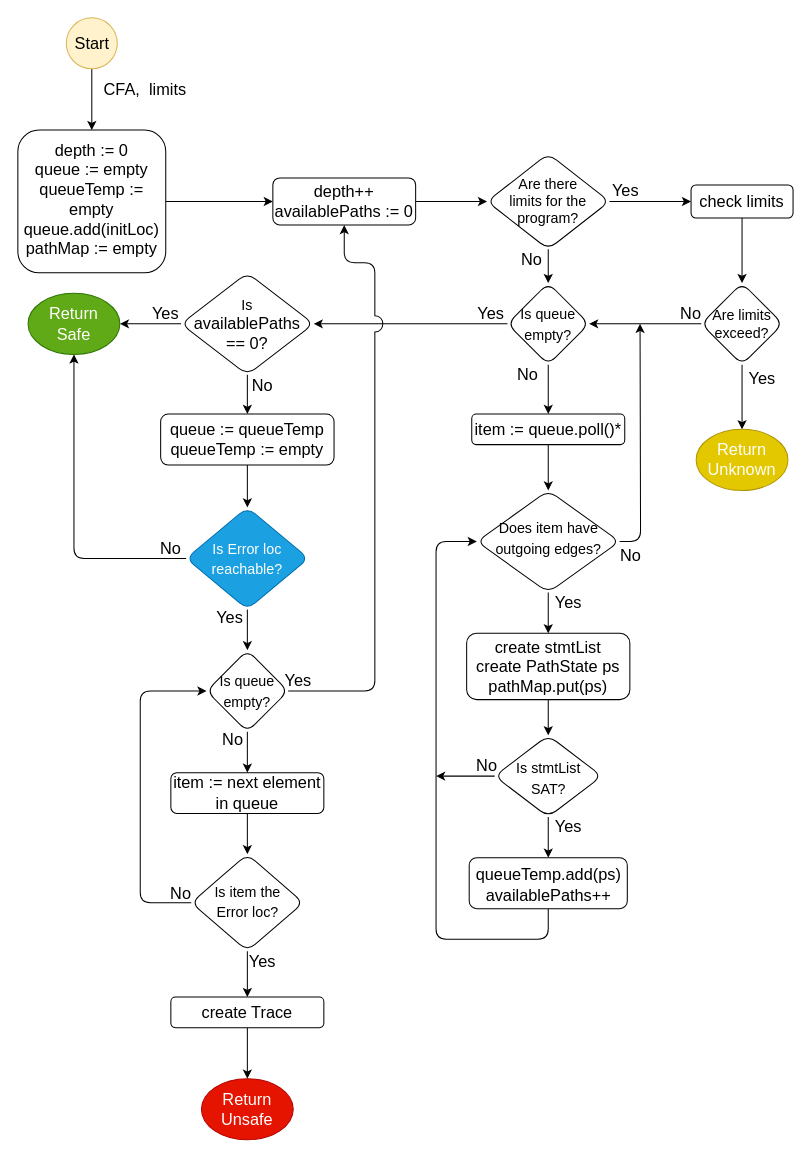
This is figures/flow_chart.drawio from rbjakab/src, a draw.io file, before an edit. Source tidied: cells renumbered, new cells numbered last; positions are measured from the earlier drawing's top-left corner, leaving out a move shared by most shapes. Both pictures are drawn from the tidied source at 102%, with x=0, y=0 at pixel (17, 17).
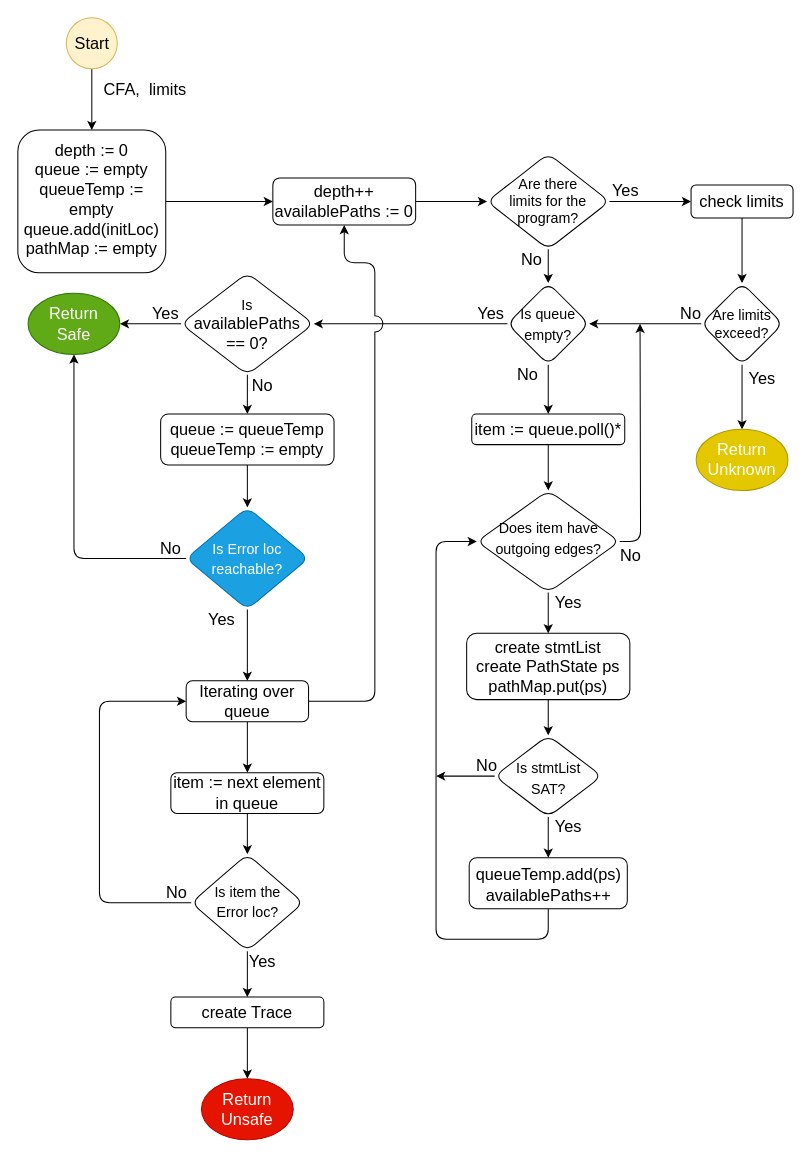
After the change.

Unchanged cells that the change refers to:
```xml
<mxCell id="32" value="&lt;font style=&quot;font-size: 16px&quot;&gt;depth++&lt;br&gt;availablePaths := 0&lt;br&gt;&lt;/font&gt;" style="rounded=1;whiteSpace=wrap;html=1;fontSize=12;glass=0;strokeWidth=1;shadow=0;" parent="1" vertex="1">
  <mxGeometry x="250" y="156.9" width="140" height="46.2" as="geometry" />
</mxCell>
<mxCell id="47" value="&lt;span style=&quot;font-size: 14px&quot;&gt;Is Error loc reachable?&lt;/span&gt;" style="rhombus;whiteSpace=wrap;html=1;rounded=1;shadow=0;glass=0;strokeWidth=1;fillColor=#1ba1e2;fontSize=16;strokeColor=#006EAF;fontColor=#ffffff;" parent="1" vertex="1">
  <mxGeometry x="165" y="480" width="120" height="100" as="geometry" />
</mxCell>
<mxCell id="52" value="item := next element in queue" style="rounded=1;whiteSpace=wrap;html=1;shadow=0;glass=0;strokeWidth=1;fillColor=#FFFFFF;fontSize=16;" parent="1" vertex="1">
  <mxGeometry x="150" y="740" width="150" height="40" as="geometry" />
</mxCell>
<mxCell id="55" value="&lt;font style=&quot;font-size: 14px&quot;&gt;Is item the&lt;br&gt;Error loc?&lt;/font&gt;" style="rhombus;whiteSpace=wrap;html=1;rounded=1;shadow=0;glass=0;strokeWidth=1;fillColor=#FFFFFF;fontSize=16;spacing=2;spacingRight=-1;spacingLeft=0;spacingBottom=4;" parent="1" vertex="1">
  <mxGeometry x="170" y="820" width="110" height="95" as="geometry" />
</mxCell>
```

Diff of the diagram source:
```diff
@@
-    <mxCell id="45" style="edgeStyle=orthogonalEdgeStyle;rounded=0;jettySize=auto;html=1;fontSize=16;" parent="1" edge="1" source="47" target="58">
-      <mxGeometry relative="1" as="geometry" />
-    </mxCell>
@@
+    <mxCell id="71" style="edgeStyle=orthogonalEdgeStyle;rounded=1;jettySize=auto;html=1;" parent="1" edge="1" source="47" target="74">
+      <mxGeometry relative="1" as="geometry" />
+    </mxCell>
@@
     <mxCell id="50" value="&lt;font style=&quot;font-size: 16px&quot;&gt;Yes&lt;/font&gt;" style="text;html=1;strokeColor=none;fillColor=none;align=center;verticalAlign=middle;whiteSpace=wrap;rounded=0;shadow=0;glass=0;" parent="1" vertex="1">
-      <mxGeometry x="188" y="578" width="40" height="20" as="geometry" />
+      <mxGeometry x="180" y="580" width="40" height="20" as="geometry" />
     </mxCell>
@@
-    <mxCell id="53" style="edgeStyle=orthogonalEdgeStyle;rounded=1;jettySize=auto;html=1;fontSize=16;entryX=0;entryY=0.5;entryDx=0;entryDy=0;" parent="1" edge="1" source="55" target="58">
-      <mxGeometry relative="1" as="geometry">
-        <Array as="points">
-          <mxPoint x="120" y="867" />
-          <mxPoint x="120" y="660" />
-        </Array>
-      </mxGeometry>
-    </mxCell>
@@
+    <mxCell id="72" style="edgeStyle=orthogonalEdgeStyle;rounded=1;jettySize=auto;html=1;entryX=0;entryY=0.5;entryDx=0;entryDy=0;" parent="1" edge="1" source="55" target="74">
+      <mxGeometry relative="1" as="geometry">
+        <Array as="points">
+          <mxPoint x="80" y="868" />
+          <mxPoint x="80" y="670" />
+        </Array>
+      </mxGeometry>
+    </mxCell>
@@
-    <mxCell id="56" style="edgeStyle=orthogonalEdgeStyle;rounded=0;jettySize=auto;html=1;fontSize=16;" parent="1" edge="1" source="58" target="52">
-      <mxGeometry relative="1" as="geometry" />
-    </mxCell>
-    <mxCell id="57" style="edgeStyle=orthogonalEdgeStyle;rounded=1;jettySize=auto;html=1;fontSize=16;jumpStyle=arc;jumpSize=16;elbow=vertical;endArrow=classic;endFill=1;entryX=0.5;entryY=1;entryDx=0;entryDy=0;" parent="1" edge="1" source="58" target="32">
+    <mxCell id="57" style="edgeStyle=orthogonalEdgeStyle;rounded=1;jettySize=auto;html=1;fontSize=16;jumpStyle=arc;jumpSize=16;elbow=vertical;endArrow=classic;endFill=1;entryX=0.5;entryY=1;entryDx=0;entryDy=0;exitX=1;exitY=0.5;exitDx=0;exitDy=0;" parent="1" edge="1" source="74" target="32">
       <mxGeometry relative="1" as="geometry">
         <Array as="points">
-          <mxPoint x="350" y="660" />
+          <mxPoint x="350" y="670" />
           <mxPoint x="350" y="240" />
           <mxPoint x="320" y="240" />
         </Array>
       </mxGeometry>
     </mxCell>
-    <mxCell id="58" value="&lt;font style=&quot;font-size: 14px&quot;&gt;Is queue empty?&lt;/font&gt;" style="rhombus;whiteSpace=wrap;html=1;rounded=1;shadow=0;glass=0;strokeWidth=1;fillColor=#FFFFFF;fontSize=16;" parent="1" vertex="1">
-      <mxGeometry x="185" y="620" width="80" height="80" as="geometry" />
-    </mxCell>
@@
     <mxCell id="60" value="&lt;font style=&quot;font-size: 16px&quot;&gt;No&lt;/font&gt;" style="text;html=1;strokeColor=none;fillColor=none;align=center;verticalAlign=middle;whiteSpace=wrap;rounded=0;shadow=0;glass=0;fontSize=16;" parent="1" vertex="1">
-      <mxGeometry x="140" y="848" width="40" height="20" as="geometry" />
+      <mxGeometry x="136" y="847" width="40" height="20" as="geometry" />
     </mxCell>
@@
-    <mxCell id="63" value="&lt;font style=&quot;font-size: 16px&quot;&gt;No&lt;/font&gt;" style="text;html=1;strokeColor=none;fillColor=none;align=center;verticalAlign=middle;whiteSpace=wrap;rounded=0;shadow=0;glass=0;fontSize=16;" parent="1" vertex="1">
-      <mxGeometry x="191" y="697" width="40" height="20" as="geometry" />
-    </mxCell>
-    <mxCell id="64" value="&lt;font style=&quot;font-size: 16px&quot;&gt;Yes&lt;/font&gt;" style="text;html=1;strokeColor=none;fillColor=none;align=center;verticalAlign=middle;whiteSpace=wrap;rounded=0;shadow=0;glass=0;" parent="1" vertex="1">
-      <mxGeometry x="255" y="640" width="40" height="20" as="geometry" />
-    </mxCell>
@@
+    <mxCell id="73" style="edgeStyle=orthogonalEdgeStyle;rounded=0;jettySize=auto;html=1;" parent="1" edge="1" source="74" target="52">
+      <mxGeometry relative="1" as="geometry" />
+    </mxCell>
+    <mxCell id="74" value="&lt;font style=&quot;font-size: 16px&quot;&gt;Iterating over queue&lt;/font&gt;" style="rounded=1;whiteSpace=wrap;html=1;" parent="1" vertex="1">
+      <mxGeometry x="165" y="650" width="120" height="40" as="geometry" />
+    </mxCell>
```
